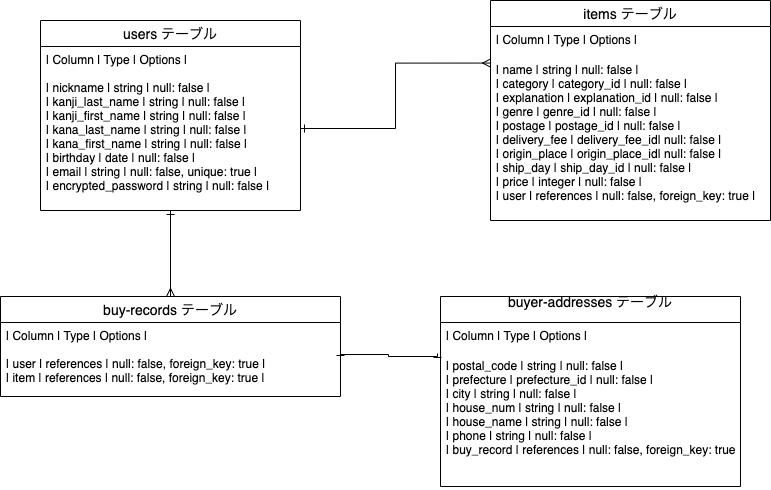
The draw.io diagram test.png in Kittanokas/furima-36482, before a commit. Source tidied: cells renumbered, new cells last; positions are measured from the earlier drawing's top-left corner, leaving out a move shared by most shapes. The source it was exported from:
```xml
<mxGraphModel>
  <root>
    <mxCell id="0" />
    <mxCell id="1" parent="0" />
    <mxCell id="2" value="users テーブル" style="swimlane;fontStyle=0;horizontal=1;startSize=26;align=center;fontSize=14;" parent="1" vertex="1">
      <mxGeometry x="40" y="20" width="260" height="190" as="geometry" />
    </mxCell>
    <mxCell id="3" value="| Column                | Type     | Options      |&#10;&#10;| nickname              | string   | null: false                |&#10;| kanji_last_name       | string   | null: false                |&#10;| kanji_first_name      | string   | null: false                |&#10;| kana_last_name        | string   | null: false                |&#10;| kana_first_name       | string   | null: false                |&#10;| birthday              | date     | null: false                |&#10;| email                 | string   | null: false, unique: true  |&#10;| encrypted_password    | string   | null: false                |&#10;" style="text;strokeColor=none;fillColor=none;spacingLeft=4;spacingRight=4;overflow=hidden;points=[[0,0.5],[1,0.5]];portConstraint=eastwest;fontSize=12;" parent="2" vertex="1">
      <mxGeometry y="26" width="260" height="164" as="geometry" />
    </mxCell>
    <mxCell id="4" value=" items テーブル" style="swimlane;fontStyle=0;horizontal=1;startSize=26;align=center;fontSize=14;" parent="1" vertex="1">
      <mxGeometry x="490" width="280" height="220" as="geometry" />
    </mxCell>
    <mxCell id="5" value="| Column          | Type    | Options     |" style="text;strokeColor=none;fillColor=none;spacingLeft=4;spacingRight=4;overflow=hidden;fontSize=12;" parent="4" vertex="1">
      <mxGeometry y="26" width="280" height="30" as="geometry" />
    </mxCell>
    <mxCell id="6" value="| name            | string         | null: false                     |&#10;| category        | category_id    | null: false                     |&#10;| explanation     | explanation_id | null: false                     |&#10;| genre           | genre_id       | null: false                     |&#10;| postage         | postage_id     | null: false                     |&#10;| delivery_fee    | delivery_fee_id| null: false                     |&#10;| origin_place    | origin_place_id| null: false                     |&#10;| ship_day        | ship_day_id    | null: false                     |&#10;| price           | integer        | null: false                     |&#10;| user            | references     | null: false, foreign_key: true  |&#10;" style="text;strokeColor=none;fillColor=none;spacingLeft=4;spacingRight=4;overflow=hidden;points=[[0,0.5],[1,0.5]];portConstraint=eastwest;fontSize=12;" parent="4" vertex="1">
      <mxGeometry y="56" width="280" height="164" as="geometry" />
    </mxCell>
    <mxCell id="7" style="edgeStyle=orthogonalEdgeStyle;rounded=0;jettySize=auto;html=1;exitX=0.5;exitY=0;exitDx=0;exitDy=0;entryX=0.5;entryY=1;entryDx=0;entryDy=0;endArrow=ERone;endFill=0;startArrow=ERmany;startFill=0;" parent="1" edge="1" source="8" target="2">
      <mxGeometry relative="1" as="geometry" />
    </mxCell>
    <mxCell id="8" value=" buy-records テーブル" style="swimlane;fontStyle=0;horizontal=1;startSize=26;align=center;fontSize=14;" parent="1" vertex="1">
      <mxGeometry y="296" width="340" height="100" as="geometry" />
    </mxCell>
    <mxCell id="9" value="| Column   | Type       | Options                        |&#10;&#10;| user     | references | null: false, foreign_key: true |&#10;| item     | references | null: false, foreign_key: true |" style="text;strokeColor=none;fillColor=none;spacingLeft=4;spacingRight=4;overflow=hidden;points=[[0,0.5],[1,0.5]];portConstraint=eastwest;fontSize=12;" parent="8" vertex="1">
      <mxGeometry y="26" width="340" height="74" as="geometry" />
    </mxCell>
    <mxCell id="10" value="buyer-addresses テーブル&#10;" style="swimlane;fontStyle=0;horizontal=1;startSize=26;align=center;fontSize=14;" parent="1" vertex="1">
      <mxGeometry x="440" y="296" width="300" height="190" as="geometry" />
    </mxCell>
    <mxCell id="11" value="| Column       | Type       | Options                        |" style="text;strokeColor=none;fillColor=none;spacingLeft=4;spacingRight=4;overflow=hidden;fontSize=12;" parent="10" vertex="1">
      <mxGeometry y="26" width="300" height="30" as="geometry" />
    </mxCell>
    <mxCell id="12" value="| postal_code  | string        | null: false                    |&#10;| prefecture   | prefecture_id | null: false                    |&#10;| city         | string        | null: false                    |&#10;| house_num    | string        | null: false                    |&#10;| house_name   | string        | null: false                    |&#10;| phone        | string        | null: false                    |&#10;| buy_record   | references    | null: false, foreign_key: true |" style="text;strokeColor=none;fillColor=none;spacingLeft=4;spacingRight=4;overflow=hidden;points=[[0,0.5],[1,0.5]];portConstraint=eastwest;fontSize=12;" parent="10" vertex="1">
      <mxGeometry y="56" width="300" height="134" as="geometry" />
    </mxCell>
    <mxCell id="13" style="edgeStyle=orthogonalEdgeStyle;rounded=0;jettySize=auto;html=1;exitX=1;exitY=0.5;exitDx=0;exitDy=0;entryX=0;entryY=0.04;entryDx=0;entryDy=0;entryPerimeter=0;endArrow=ERmany;endFill=0;startArrow=ERone;startFill=0;" parent="1" edge="1" source="3" target="6">
      <mxGeometry relative="1" as="geometry" />
    </mxCell>
    <mxCell id="14" style="edgeStyle=orthogonalEdgeStyle;rounded=0;jettySize=auto;html=1;exitX=1;exitY=0.5;exitDx=0;exitDy=0;endArrow=ERone;endFill=0;entryX=-0.01;entryY=0.007;entryDx=0;entryDy=0;entryPerimeter=0;startArrow=ERone;startFill=0;" parent="1" edge="1" source="9" target="12">
      <mxGeometry relative="1" as="geometry">
        <Array as="points">
          <mxPoint x="388" y="354" />
          <mxPoint x="388" y="356" />
          <mxPoint x="437" y="356" />
        </Array>
      </mxGeometry>
    </mxCell>
  </root>
</mxGraphModel>
```
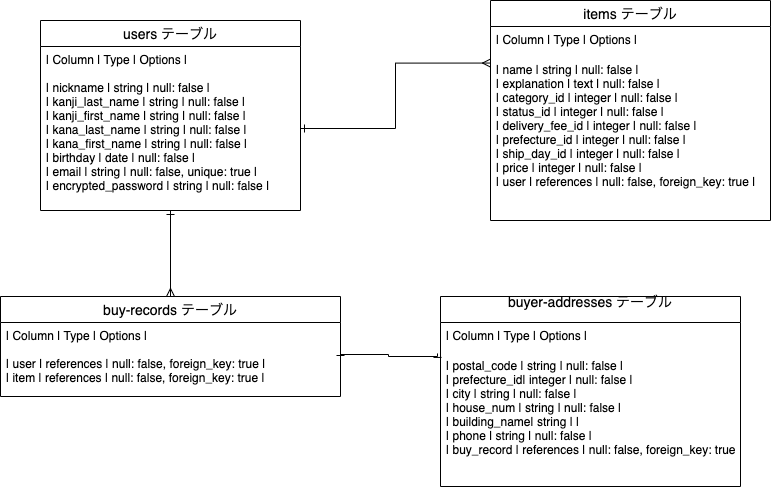
The same diagram one commit later.

What changed in the source:
```diff
@@ -14,7 +14,7 @@
     <mxCell id="5" value="| Column          | Type    | Options     |" style="text;strokeColor=none;fillColor=none;spacingLeft=4;spacingRight=4;overflow=hidden;fontSize=12;" parent="4" vertex="1">
       <mxGeometry y="26" width="280" height="30" as="geometry" />
     </mxCell>
-    <mxCell id="6" value="| name            | string         | null: false                     |&#10;| category        | category_id    | null: false                     |&#10;| explanation     | explanation_id | null: false                     |&#10;| genre           | genre_id       | null: false                     |&#10;| postage         | postage_id     | null: false                     |&#10;| delivery_fee    | delivery_fee_id| null: false                     |&#10;| origin_place    | origin_place_id| null: false                     |&#10;| ship_day        | ship_day_id    | null: false                     |&#10;| price           | integer        | null: false                     |&#10;| user            | references     | null: false, foreign_key: true  |&#10;" style="text;strokeColor=none;fillColor=none;spacingLeft=4;spacingRight=4;overflow=hidden;points=[[0,0.5],[1,0.5]];portConstraint=eastwest;fontSize=12;" parent="4" vertex="1">
+    <mxCell id="6" value="| name            | string         | null: false                     |&#10;| explanation     | text           | null: false                     |&#10;| category_id     | integer        | null: false                     |&#10;| status_id       | integer        | null: false                     |&#10;| delivery_fee_id | integer        | null: false                     |&#10;| prefecture_id   | integer        | null: false                     |&#10;| ship_day_id     | integer        | null: false                     |&#10;| price           | integer        | null: false                     |&#10;| user            | references     | null: false, foreign_key: true  |&#10;" style="text;strokeColor=none;fillColor=none;spacingLeft=4;spacingRight=4;overflow=hidden;points=[[0,0.5],[1,0.5]];portConstraint=eastwest;fontSize=12;" parent="4" vertex="1">
       <mxGeometry y="56" width="280" height="164" as="geometry" />
     </mxCell>
     <mxCell id="7" style="edgeStyle=orthogonalEdgeStyle;rounded=0;jettySize=auto;html=1;exitX=0.5;exitY=0;exitDx=0;exitDy=0;entryX=0.5;entryY=1;entryDx=0;entryDy=0;endArrow=ERone;endFill=0;startArrow=ERmany;startFill=0;" parent="1" edge="1" source="8" target="2">
@@ -32,7 +32,7 @@
     <mxCell id="11" value="| Column       | Type       | Options                        |" style="text;strokeColor=none;fillColor=none;spacingLeft=4;spacingRight=4;overflow=hidden;fontSize=12;" parent="10" vertex="1">
       <mxGeometry y="26" width="300" height="30" as="geometry" />
     </mxCell>
-    <mxCell id="12" value="| postal_code  | string        | null: false                    |&#10;| prefecture   | prefecture_id | null: false                    |&#10;| city         | string        | null: false                    |&#10;| house_num    | string        | null: false                    |&#10;| house_name   | string        | null: false                    |&#10;| phone        | string        | null: false                    |&#10;| buy_record   | references    | null: false, foreign_key: true |" style="text;strokeColor=none;fillColor=none;spacingLeft=4;spacingRight=4;overflow=hidden;points=[[0,0.5],[1,0.5]];portConstraint=eastwest;fontSize=12;" parent="10" vertex="1">
+    <mxCell id="12" value="| postal_code  | string        | null: false                    |&#10;| prefecture_id| integer       | null: false                    |&#10;| city         | string        | null: false                    |&#10;| house_num    | string        | null: false                    |&#10;| building_name| string        |                                |&#10;| phone        | string        | null: false                    |&#10;| buy_record   | references    | null: false, foreign_key: true |" style="text;strokeColor=none;fillColor=none;spacingLeft=4;spacingRight=4;overflow=hidden;points=[[0,0.5],[1,0.5]];portConstraint=eastwest;fontSize=12;" parent="10" vertex="1">
       <mxGeometry y="56" width="300" height="134" as="geometry" />
     </mxCell>
     <mxCell id="13" style="edgeStyle=orthogonalEdgeStyle;rounded=0;jettySize=auto;html=1;exitX=1;exitY=0.5;exitDx=0;exitDy=0;entryX=0;entryY=0.04;entryDx=0;entryDy=0;entryPerimeter=0;endArrow=ERmany;endFill=0;startArrow=ERone;startFill=0;" parent="1" edge="1" source="3" target="6">
```
